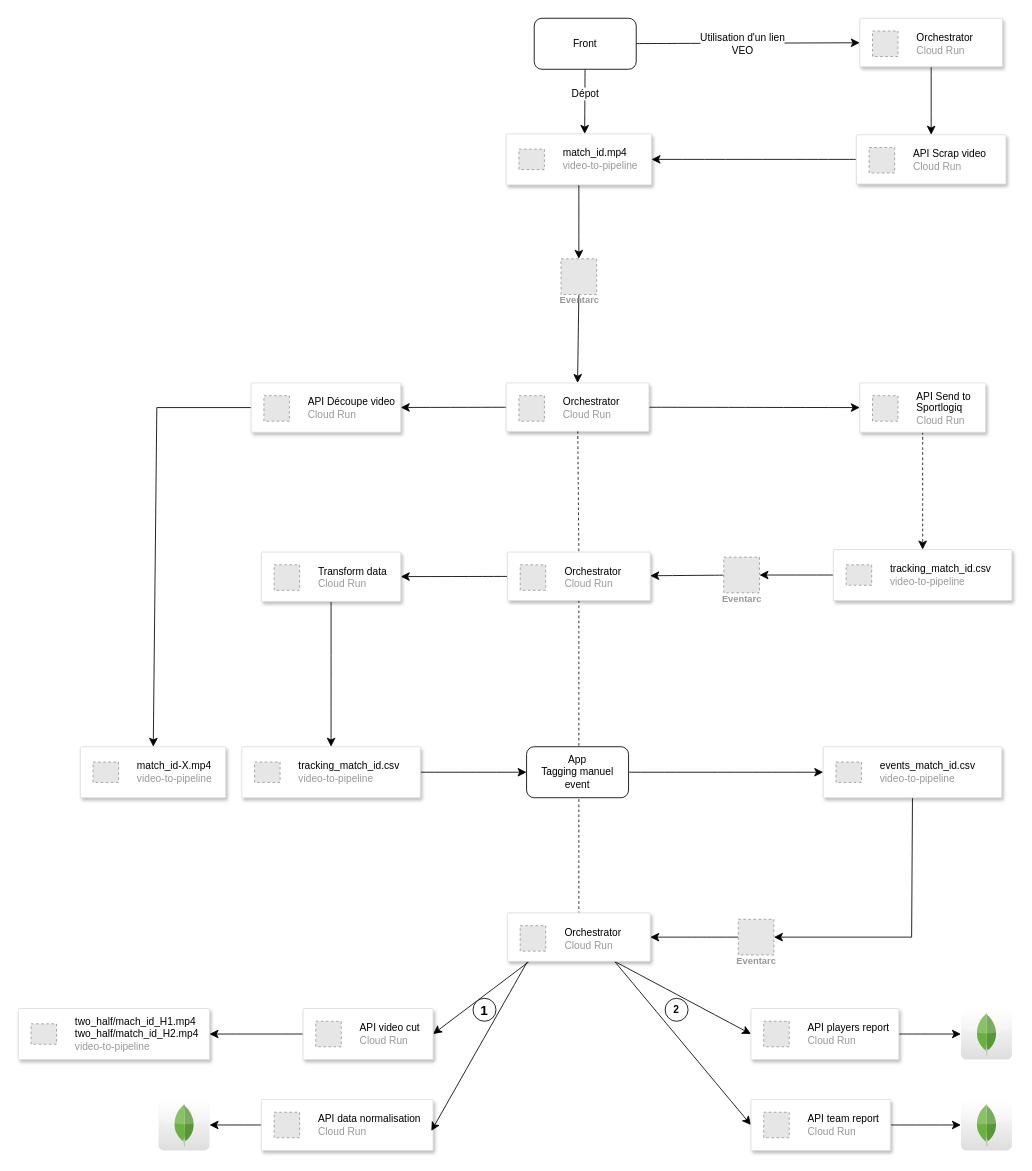
Before: page "Sportlogiq tracking" (2 of 3) of Untitled Diagram.drawio in clairesecehDS/logo, a draw.io diagram. Source tidied: cells renumbered, new cells numbered last; positions are measured from the earlier drawing's top-left corner, leaving out a move shared by most shapes. Both pictures are drawn from the tidied source at 85%, with x=0, y=0 at pixel (18, 18). Pictures stored in the file or linked from it are replaced by grey dashed boxes.
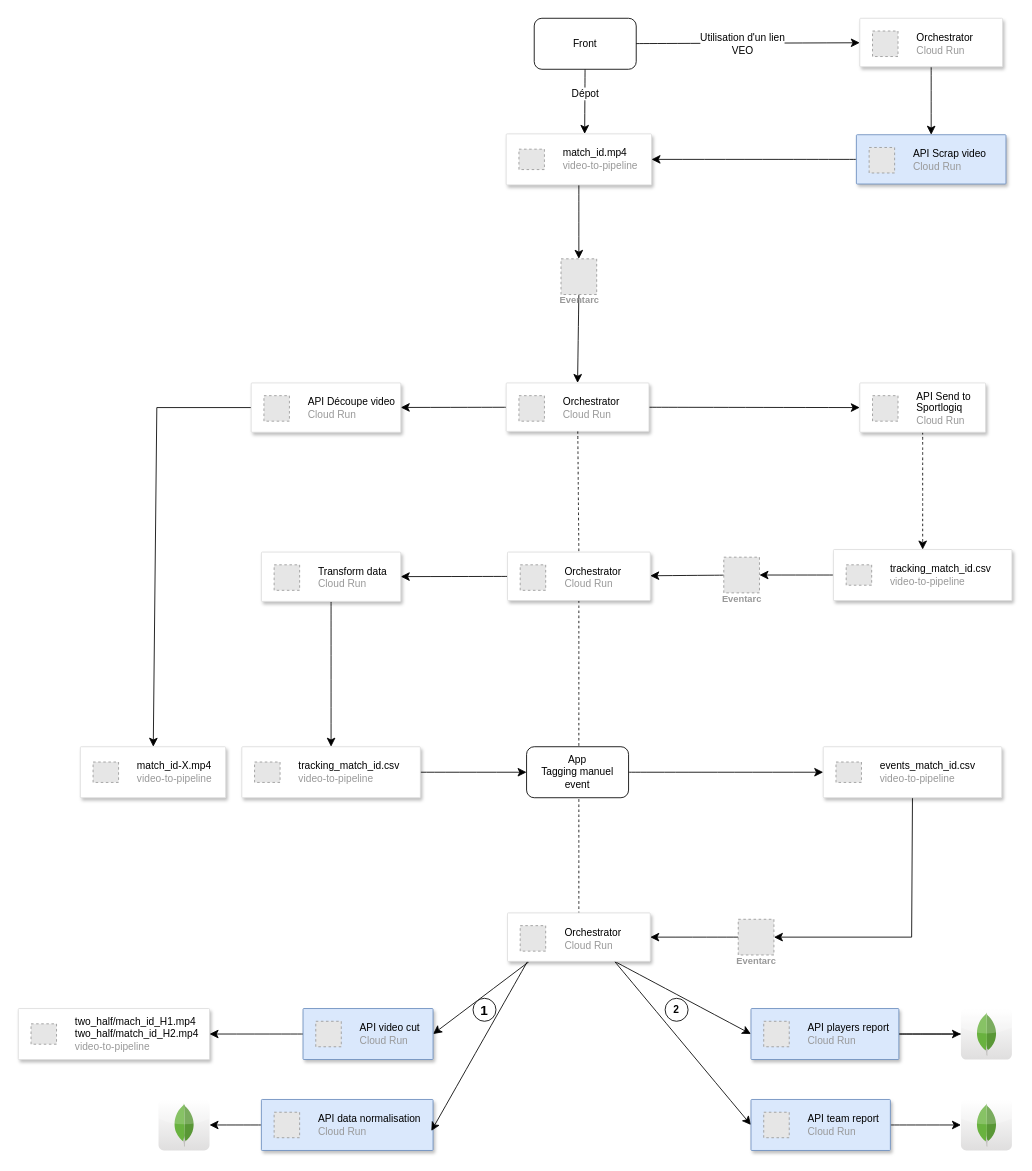
The same page after the edit.

The edit, as a diff of the source:
```diff
@@
-    <mxCell id="25" style="strokeColor=#dddddd;shadow=1;strokeWidth=1;rounded=1;absoluteArcSize=1;arcSize=2;" parent="1" vertex="1">
+    <mxCell id="25" style="strokeColor=#6c8ebf;shadow=1;strokeWidth=1;rounded=1;absoluteArcSize=1;arcSize=2;fillColor=#dae8fc;" parent="1" vertex="1">
       <mxGeometry x="286" y="1272" width="202" height="60" as="geometry" />
     </mxCell>
@@
-    <mxCell id="28" style="strokeColor=#dddddd;shadow=1;strokeWidth=1;rounded=1;absoluteArcSize=1;arcSize=2;" parent="1" vertex="1">
+    <mxCell id="28" style="strokeColor=#6c8ebf;shadow=1;strokeWidth=1;rounded=1;absoluteArcSize=1;arcSize=2;fillColor=#dae8fc;" parent="1" vertex="1">
       <mxGeometry x="335" y="1165" width="153" height="60" as="geometry" />
     </mxCell>
@@
-    <mxCell id="31" style="strokeColor=#dddddd;shadow=1;strokeWidth=1;rounded=1;absoluteArcSize=1;arcSize=2;" parent="1" vertex="1">
+    <mxCell id="31" style="strokeColor=#6c8ebf;shadow=1;strokeWidth=1;rounded=1;absoluteArcSize=1;arcSize=2;fillColor=#dae8fc;" parent="1" vertex="1">
       <mxGeometry x="862" y="1272" width="164" height="60" as="geometry" />
     </mxCell>
@@
+    <mxCell id="78" style="edgeStyle=none;curved=1;rounded=0;jettySize=auto;html=1;fontSize=12;startSize=8;endSize=8;" parent="1" edge="1" source="34">
+      <mxGeometry relative="1" as="geometry">
+        <mxPoint x="1156" y="1195" as="targetPoint" />
+      </mxGeometry>
+    </mxCell>
-    <mxCell id="34" style="strokeColor=#dddddd;shadow=1;strokeWidth=1;rounded=1;absoluteArcSize=1;arcSize=2;" parent="1" vertex="1">
+    <mxCell id="34" style="strokeColor=#6c8ebf;shadow=1;strokeWidth=1;rounded=1;absoluteArcSize=1;arcSize=2;fillColor=#dae8fc;" parent="1" vertex="1">
       <mxGeometry x="862" y="1165" width="174" height="60" as="geometry" />
     </mxCell>
@@
-    <mxCell id="71" style="strokeColor=#dddddd;shadow=1;strokeWidth=1;rounded=1;absoluteArcSize=1;arcSize=2;" parent="1" vertex="1">
+    <mxCell id="71" style="strokeColor=#6c8ebf;shadow=1;strokeWidth=1;rounded=1;absoluteArcSize=1;arcSize=2;fillColor=#dae8fc;" parent="1" vertex="1">
       <mxGeometry x="986" y="137" width="176" height="58" as="geometry" />
     </mxCell>
```
